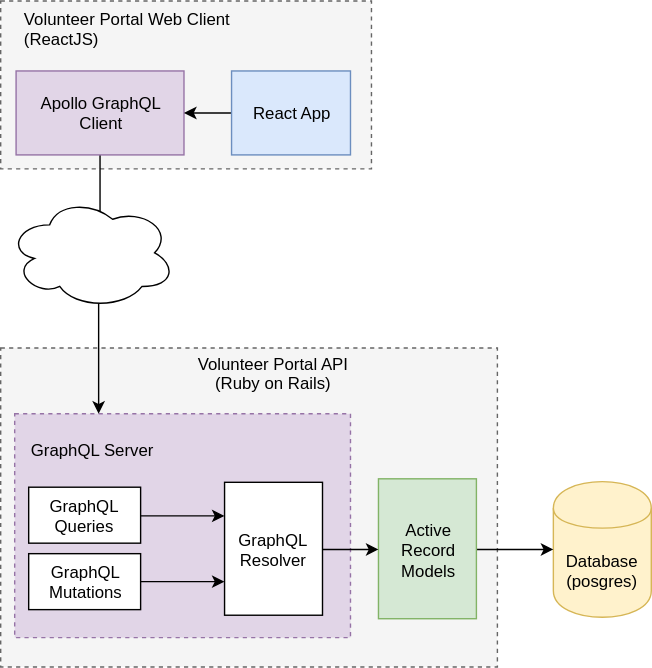
zendesk/volunteer_portal keeps this draw.io diagram as docs/volunteer-portal.svg. Above is the earlier version. Source tidied: cells renumbered, new cells last; positions are measured from the earlier drawing's top-left corner, leaving out a move shared by most shapes.
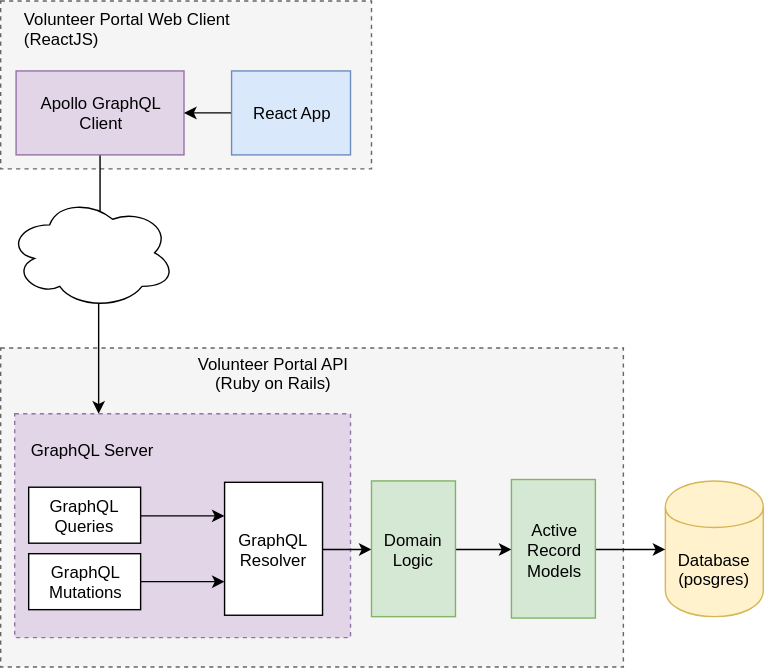
After the change.

Commit message:
:pencil: update diagram

What changed in the source:
```diff
@@ -3,13 +3,13 @@
     <mxCell id="0" />
     <mxCell id="1" parent="0" />
     <mxCell id="2" style="rounded=0;whiteSpace=wrap;html=1;shadow=0;dashed=1;fillColor=#f5f5f5;strokeColor=#666666;fontColor=#333333;" parent="1" vertex="1">
-      <mxGeometry y="248" width="355" height="228" as="geometry" />
+      <mxGeometry y="248" width="445" height="228" as="geometry" />
     </mxCell>
     <mxCell id="3" style="rounded=0;whiteSpace=wrap;html=1;shadow=0;dashed=1;fillColor=#e1d5e7;strokeColor=#9673a6;" parent="1" vertex="1">
       <mxGeometry x="10" y="295" width="240" height="160" as="geometry" />
     </mxCell>
     <mxCell id="4" value="Database&lt;br&gt;(posgres)" style="shape=cylinder;whiteSpace=wrap;html=1;boundedLbl=1;backgroundOutline=1;fillColor=#fff2cc;strokeColor=#d6b656;" parent="1" vertex="1">
-      <mxGeometry x="395" y="343.5" width="70" height="97" as="geometry" />
+      <mxGeometry x="475" y="343" width="70" height="97" as="geometry" />
     </mxCell>
     <mxCell id="5" style="rounded=0;whiteSpace=wrap;html=1;dashed=1;fillColor=#f5f5f5;strokeColor=#666666;fontColor=#333333;" parent="1" vertex="1">
       <mxGeometry width="265" height="120" as="geometry" />
@@ -18,14 +18,14 @@
       <mxGeometry relative="1" as="geometry" />
     </mxCell>
     <mxCell id="7" value="Active &lt;br&gt;Record&lt;br&gt;Models" style="rounded=0;whiteSpace=wrap;html=1;fillColor=#d5e8d4;strokeColor=#82b366;" parent="1" vertex="1">
-      <mxGeometry x="270" y="341.5" width="70" height="100" as="geometry" />
+      <mxGeometry x="365" y="342" width="60" height="99" as="geometry" />
     </mxCell>
     <mxCell id="8" value="Volunteer Portal API&lt;br&gt;(Ruby on Rails)" style="text;html=1;strokeColor=none;fillColor=none;align=center;verticalAlign=middle;whiteSpace=wrap;rounded=0;" parent="1" vertex="1">
       <mxGeometry x="15" y="256" width="360" height="20" as="geometry" />
     </mxCell>
-    <mxCell id="9" style="edgeStyle=orthogonalEdgeStyle;rounded=0;jettySize=auto;html=1;exitX=1;exitY=0.5;exitDx=0;exitDy=0;entryX=0;entryY=0.5;entryDx=0;entryDy=0;" parent="1" edge="1" source="10" target="7">
-      <mxGeometry relative="1" as="geometry" />
-    </mxCell>
+    <mxCell id="22" style="edgeStyle=orthogonalEdgeStyle;rounded=0;jettySize=auto;html=1;exitX=1;exitY=0.5;exitDx=0;exitDy=0;entryX=0;entryY=0.5;entryDx=0;entryDy=0;" parent="1" edge="1" source="10" target="24">
+      <mxGeometry relative="1" as="geometry" />
+    </mxCell>
     <mxCell id="10" value="GraphQL&lt;br&gt;Resolver" style="rounded=0;whiteSpace=wrap;html=1;shadow=0;" parent="1" vertex="1">
       <mxGeometry x="160" y="344" width="70" height="95" as="geometry" />
     </mxCell>
@@ -62,5 +62,11 @@
     <mxCell id="21" style="ellipse;shape=cloud;whiteSpace=wrap;html=1;shadow=0;" parent="1" vertex="1">
       <mxGeometry x="5" y="140" width="120" height="80" as="geometry" />
     </mxCell>
+    <mxCell id="23" style="edgeStyle=orthogonalEdgeStyle;rounded=0;jettySize=auto;html=1;exitX=1;exitY=0.5;exitDx=0;exitDy=0;" parent="1" edge="1" source="24" target="7">
+      <mxGeometry relative="1" as="geometry" />
+    </mxCell>
+    <mxCell id="24" value="Domain&lt;br&gt;Logic" style="rounded=0;whiteSpace=wrap;html=1;fillColor=#d5e8d4;strokeColor=#82b366;" parent="1" vertex="1">
+      <mxGeometry x="265" y="343" width="60" height="97" as="geometry" />
+    </mxCell>
   </root>
 </mxGraphModel>
```
